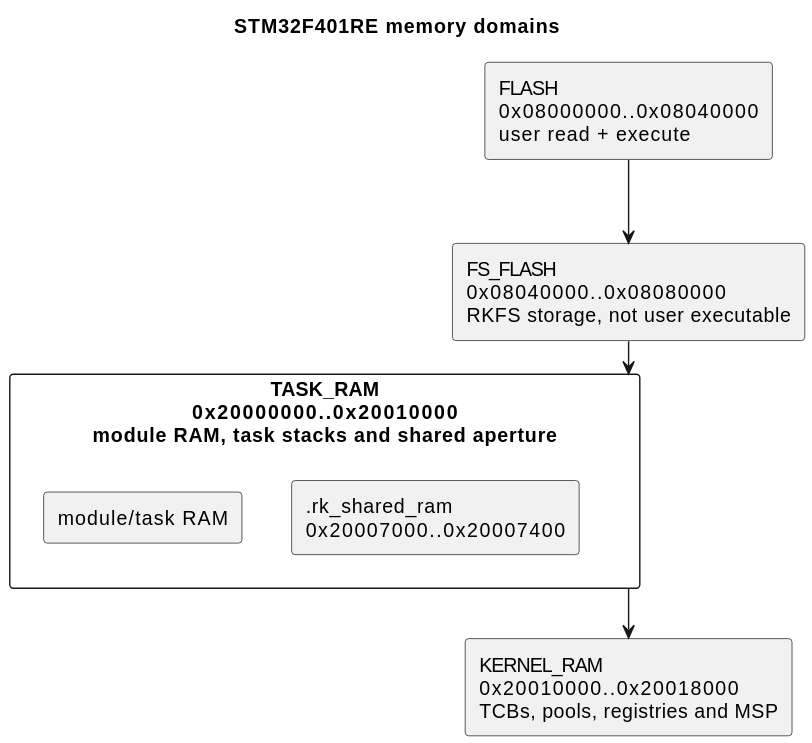
This is docs/readme_memory_model.svg from antoniogiacomelli/RK01, a PlantUML export, as it was before one commit. Its diagram source:
```plantuml
@startuml
title STM32F401RE memory domains
skinparam monochrome true

rectangle "FLASH\n0x08000000..0x08040000\nuser read + execute" as Flash
rectangle "FS_FLASH\n0x08040000..0x08080000\nRKFS storage, not user executable" as FsFlash

rectangle "TASK_RAM\n0x20000000..0x20010000\nmodule RAM, task stacks and shared aperture" as TaskRam {
  rectangle "module/task RAM" as ModuleRam
  rectangle ".rk_shared_ram\n0x20007000..0x20007400" as SharedRam
}

rectangle "KERNEL_RAM\n0x20010000..0x20018000\nTCBs, pools, registries and MSP" as KernelRam

Flash -down-> FsFlash
FsFlash -down-> TaskRam
TaskRam -down-> KernelRam
@enduml
```
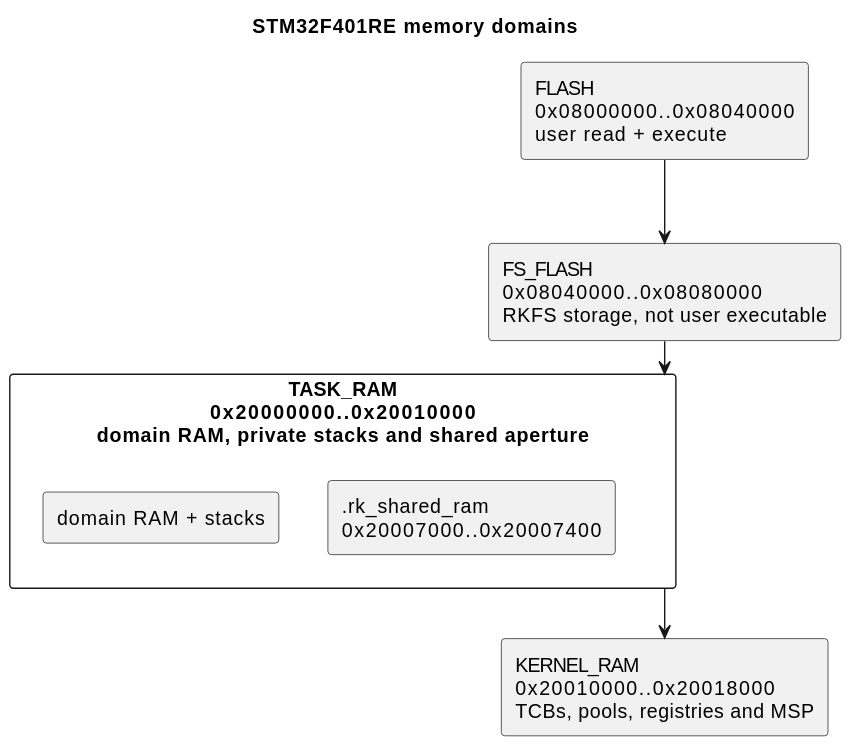
Above is the later version.

What changed in the source:
```diff
@@ -5,8 +5,8 @@
 rectangle "FLASH\n0x08000000..0x08040000\nuser read + execute" as Flash
 rectangle "FS_FLASH\n0x08040000..0x08080000\nRKFS storage, not user executable" as FsFlash
 
-rectangle "TASK_RAM\n0x20000000..0x20010000\nmodule RAM, task stacks and shared aperture" as TaskRam {
-  rectangle "module/task RAM" as ModuleRam
+rectangle "TASK_RAM\n0x20000000..0x20010000\ndomain RAM, private stacks and shared aperture" as TaskRam {
+  rectangle "domain RAM + stacks" as DomainRam
   rectangle ".rk_shared_ram\n0x20007000..0x20007400" as SharedRam
 }
 
```
